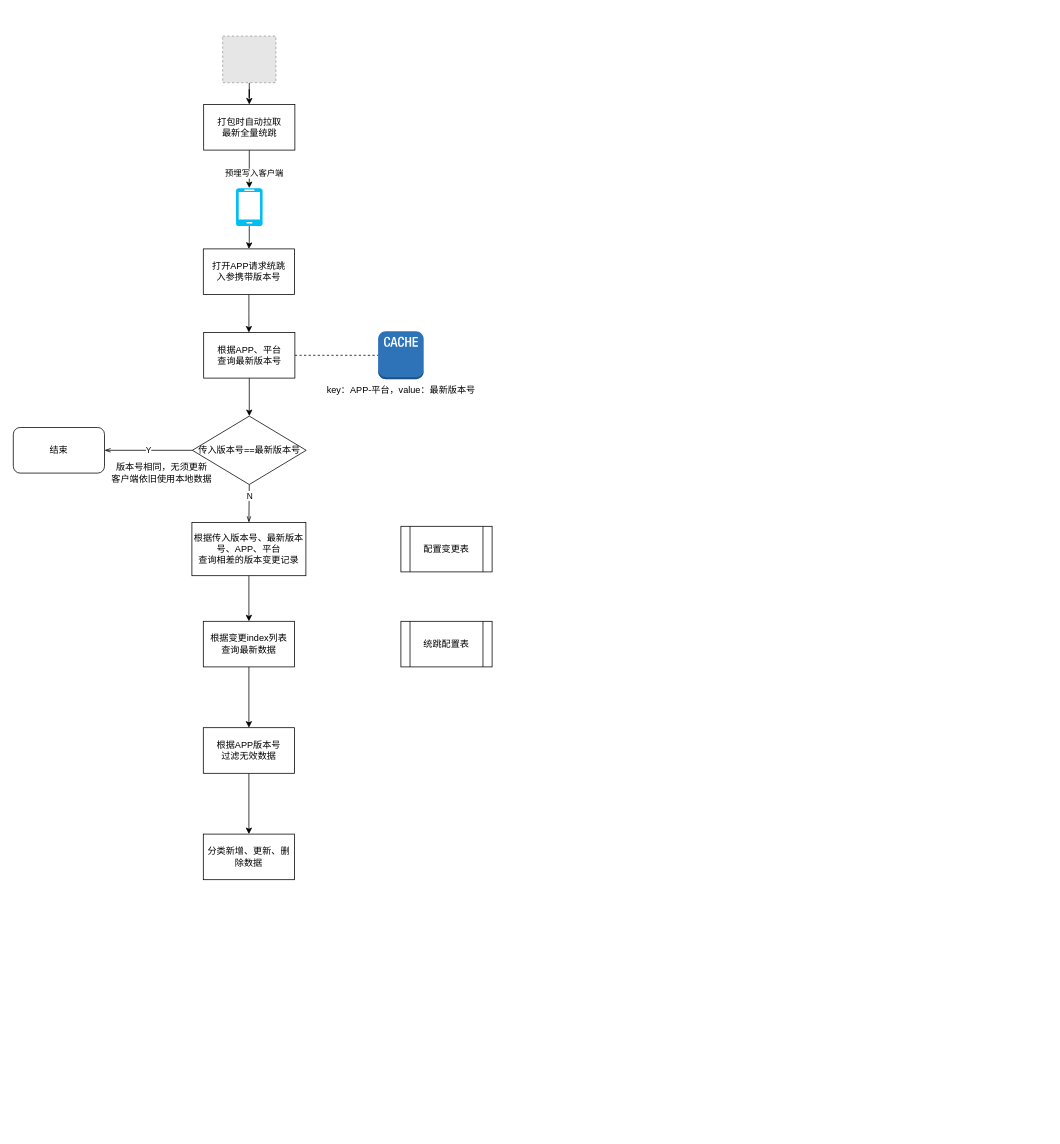
This is 统跳2.0.drawio from pekah/Draw, a draw.io file, before an edit. Source tidied: cells renumbered, new cells numbered last; positions are measured from the earlier drawing's top-left corner, leaving out a move shared by most shapes. Both pictures are drawn from the tidied source at 76%, with x=0, y=0 at pixel (13, 36). Pictures stored in the file or linked from it are replaced by grey dashed boxes.
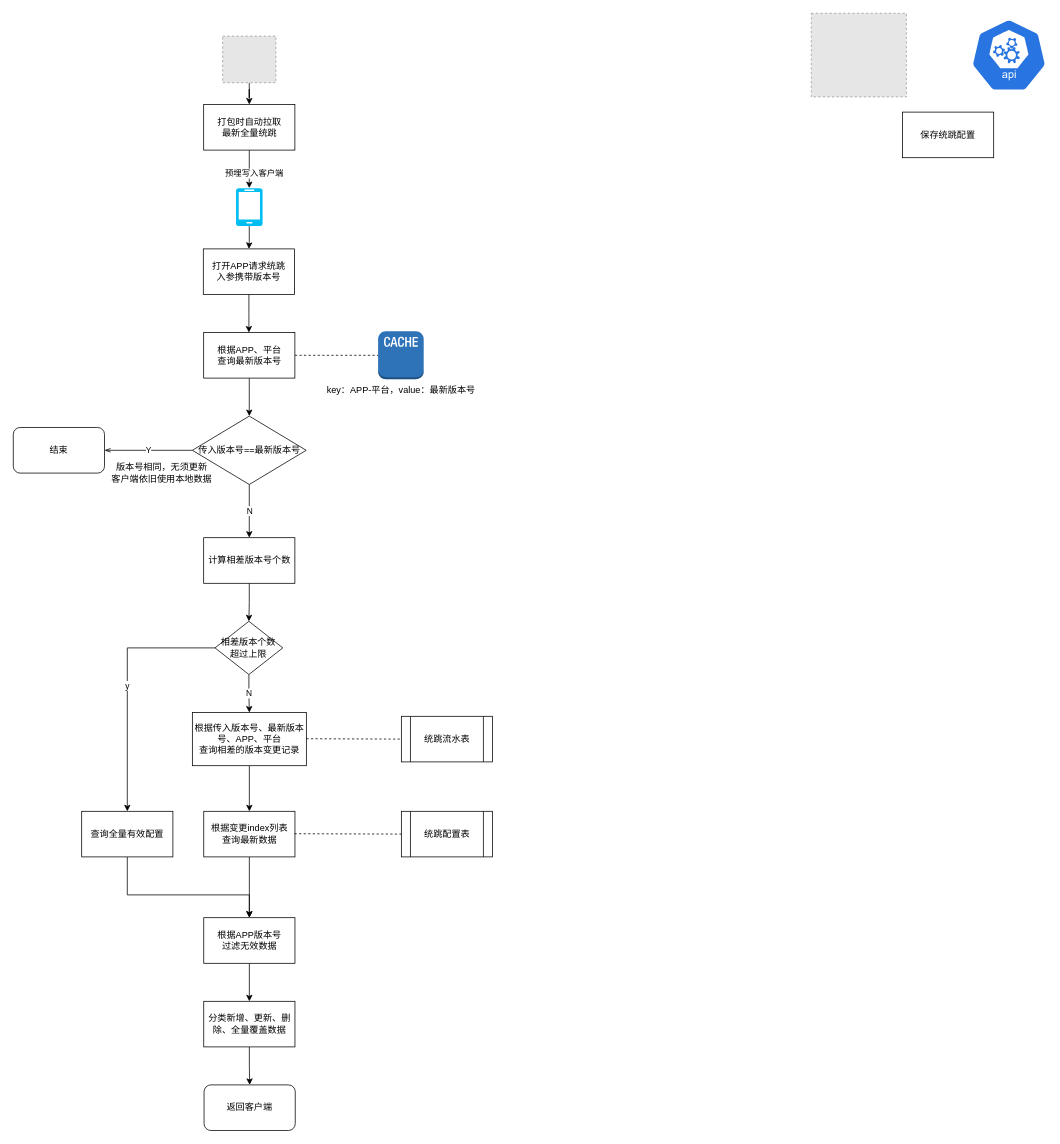
The same diagram, later.

The change refers to these unchanged cells:
```xml
<mxCell id="18" value="传入版本号==最新版本号" style="rhombus;whiteSpace=wrap;html=1;rounded=0;" parent="1" vertex="1">
  <mxGeometry x="235.6" y="500" width="149.8" height="90" as="geometry" />
</mxCell>
```

The edit, as a diff of the source:
```diff
@@
-    <mxCell id="16" style="edgeStyle=none;rounded=0;jettySize=auto;html=1;exitX=0.5;exitY=1;exitDx=0;exitDy=0;endArrow=openThin;endFill=0;entryX=0.5;entryY=0;entryDx=0;entryDy=0;" parent="1" edge="1" source="18" target="22">
-      <mxGeometry relative="1" as="geometry" />
-    </mxCell>
-    <mxCell id="17" value="N" style="edgeLabel;html=1;align=center;verticalAlign=middle;" parent="16" vertex="1">
-      <mxGeometry x="-0.42" relative="1" as="geometry" />
-    </mxCell>
+    <mxCell id="30" value="N" style="edgeStyle=orthogonalEdgeStyle;rounded=0;jettySize=auto;html=1;" parent="1" edge="1" source="18" target="33">
+      <mxGeometry relative="1" as="geometry" />
+    </mxCell>
@@
     <mxCell id="22" value="根据传入版本号、最新版本号、APP、平台&lt;br&gt;查询相差的版本变更记录" style="rounded=0;whiteSpace=wrap;html=1;" parent="1" vertex="1">
-      <mxGeometry x="235" y="640" width="150" height="70" as="geometry" />
+      <mxGeometry x="235.6" y="890" width="150" height="70" as="geometry" />
     </mxCell>
-    <mxCell id="23" value="配置变更表" style="shape=process;whiteSpace=wrap;html=1;backgroundOutline=1;" parent="1" vertex="1">
-      <mxGeometry x="510" y="645" width="120" height="60" as="geometry" />
+    <mxCell id="23" value="统跳流水表" style="shape=process;whiteSpace=wrap;html=1;backgroundOutline=1;" parent="1" vertex="1">
+      <mxGeometry x="510.6" y="895" width="120" height="60" as="geometry" />
     </mxCell>
@@
     <mxCell id="25" value="根据变更index列表&lt;br&gt;查询最新数据" style="whiteSpace=wrap;html=1;rounded=0;" parent="1" vertex="1">
-      <mxGeometry x="250" y="770" width="120" height="60" as="geometry" />
+      <mxGeometry x="250.6" y="1020" width="120" height="60" as="geometry" />
     </mxCell>
     <mxCell id="26" value="统跳配置表" style="shape=process;whiteSpace=wrap;html=1;backgroundOutline=1;" parent="1" vertex="1">
-      <mxGeometry x="510" y="770" width="120" height="60" as="geometry" />
+      <mxGeometry x="510.6" y="1020" width="120" height="60" as="geometry" />
     </mxCell>
@@
     <mxCell id="28" value="根据APP版本号&lt;br&gt;过滤无效数据" style="whiteSpace=wrap;html=1;rounded=0;" parent="1" vertex="1">
-      <mxGeometry x="250" y="910" width="120" height="60" as="geometry" />
+      <mxGeometry x="250.6" y="1160" width="120" height="60" as="geometry" />
     </mxCell>
+    <mxCell id="31" style="edgeStyle=orthogonalEdgeStyle;rounded=0;jettySize=auto;html=1;entryX=0.5;entryY=0;entryDx=0;entryDy=0;" parent="1" edge="1" source="29" target="39">
+      <mxGeometry relative="1" as="geometry" />
+    </mxCell>
-    <mxCell id="29" value="分类新增、更新、删除数据" style="whiteSpace=wrap;html=1;rounded=0;" parent="1" vertex="1">
-      <mxGeometry x="250" y="1050" width="120" height="60" as="geometry" />
+    <mxCell id="29" value="分类新增、更新、删除、全量覆盖数据" style="whiteSpace=wrap;html=1;rounded=0;" parent="1" vertex="1">
+      <mxGeometry x="250.6" y="1270" width="120" height="60" as="geometry" />
     </mxCell>
+    <mxCell id="32" style="edgeStyle=orthogonalEdgeStyle;rounded=0;jettySize=auto;html=1;" parent="1" edge="1" source="33" target="36">
+      <mxGeometry relative="1" as="geometry" />
+    </mxCell>
+    <mxCell id="33" value="计算相差版本号个数" style="whiteSpace=wrap;html=1;rounded=0;" parent="1" vertex="1">
+      <mxGeometry x="250.5" y="660" width="120" height="60" as="geometry" />
+    </mxCell>
+    <mxCell id="34" value="N" style="edgeStyle=orthogonalEdgeStyle;rounded=0;jettySize=auto;html=1;exitX=0.5;exitY=1;exitDx=0;exitDy=0;entryX=0.5;entryY=0;entryDx=0;entryDy=0;" parent="1" edge="1" source="36" target="22">
+      <mxGeometry relative="1" as="geometry" />
+    </mxCell>
+    <mxCell id="35" value="y" style="edgeStyle=orthogonalEdgeStyle;rounded=0;jettySize=auto;html=1;exitX=0;exitY=0.5;exitDx=0;exitDy=0;entryX=0.5;entryY=0;entryDx=0;entryDy=0;" parent="1" edge="1" source="36" target="38">
+      <mxGeometry relative="1" as="geometry">
+        <Array as="points">
+          <mxPoint x="150" y="805" />
+        </Array>
+      </mxGeometry>
+    </mxCell>
+    <mxCell id="36" value="相差版本个数&lt;br&gt;超过上限" style="rhombus;whiteSpace=wrap;html=1;rounded=0;" parent="1" vertex="1">
+      <mxGeometry x="265.4" y="770" width="89.2" height="70" as="geometry" />
+    </mxCell>
+    <mxCell id="37" style="edgeStyle=orthogonalEdgeStyle;rounded=0;jettySize=auto;html=1;entryX=0.5;entryY=0;entryDx=0;entryDy=0;" parent="1" edge="1" source="38" target="28">
+      <mxGeometry relative="1" as="geometry">
+        <Array as="points">
+          <mxPoint x="150" y="1130" />
+          <mxPoint x="311" y="1130" />
+        </Array>
+      </mxGeometry>
+    </mxCell>
+    <mxCell id="38" value="查询全量有效配置" style="whiteSpace=wrap;html=1;rounded=0;" parent="1" vertex="1">
+      <mxGeometry x="90" y="1020" width="120" height="60" as="geometry" />
+    </mxCell>
+    <mxCell id="39" value="返回客户端" style="rounded=1;whiteSpace=wrap;html=1;" parent="1" vertex="1">
+      <mxGeometry x="251" y="1380" width="120" height="60" as="geometry" />
+    </mxCell>
+    <mxCell id="40" style="rounded=0;jettySize=auto;html=1;dashed=1;endArrow=none;endFill=0;entryX=0;entryY=0.5;entryDx=0;entryDy=0;" parent="1" edge="1" target="23">
+      <mxGeometry relative="1" as="geometry">
+        <mxPoint x="385.6" y="924.5" as="sourcePoint" />
+      </mxGeometry>
+    </mxCell>
+    <mxCell id="41" style="rounded=0;jettySize=auto;html=1;dashed=1;endArrow=none;endFill=0;entryX=0;entryY=0.5;entryDx=0;entryDy=0;" parent="1" edge="1" target="26">
+      <mxGeometry relative="1" as="geometry">
+        <mxPoint x="370" y="1049.5" as="sourcePoint" />
+      </mxGeometry>
+    </mxCell>
+    <mxCell id="42" style="fillColor=#E6E6E6;strokeColor=#999999;dashed=1;verticalLabelPosition=bottom;labelBackgroundColor=#ffffff;verticalAlign=top;" parent="1" vertex="1">
+      <mxGeometry x="1050" y="-30" width="125.1" height="110" as="geometry" />
+    </mxCell>
+    <mxCell id="43" style="html=1;dashed=0;whitespace=wrap;fillColor=#2875E2;strokeColor=#ffffff;shape=mxgraph.kubernetes.icon;prIcon=api;" parent="1" vertex="1">
+      <mxGeometry x="1260" y="-30" width="100" height="110" as="geometry" />
+    </mxCell>
+    <mxCell id="44" value="保存统跳配置" style="rounded=0;whiteSpace=wrap;html=1;" parent="1" vertex="1">
+      <mxGeometry x="1170" y="100" width="120" height="60" as="geometry" />
+    </mxCell>
```
